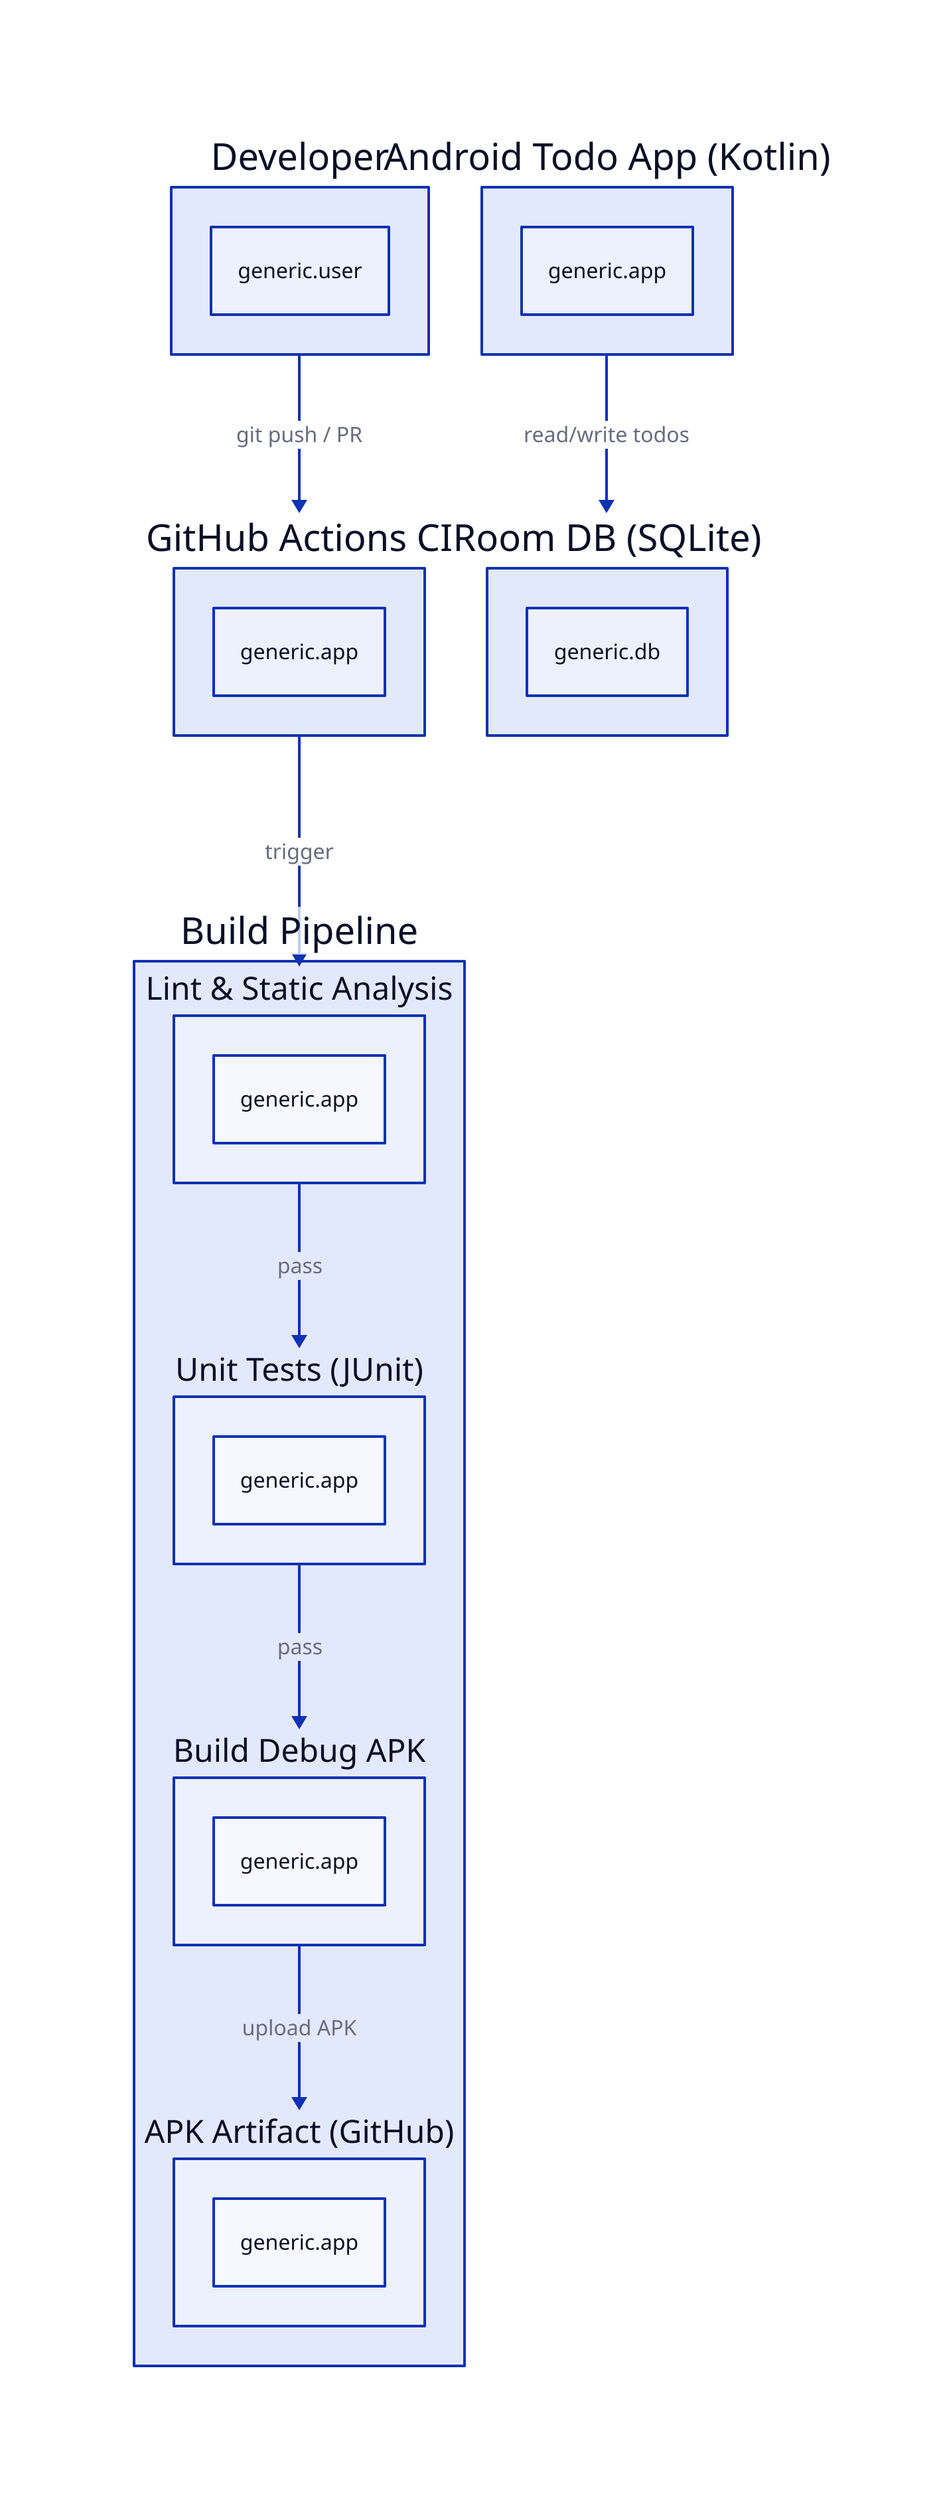
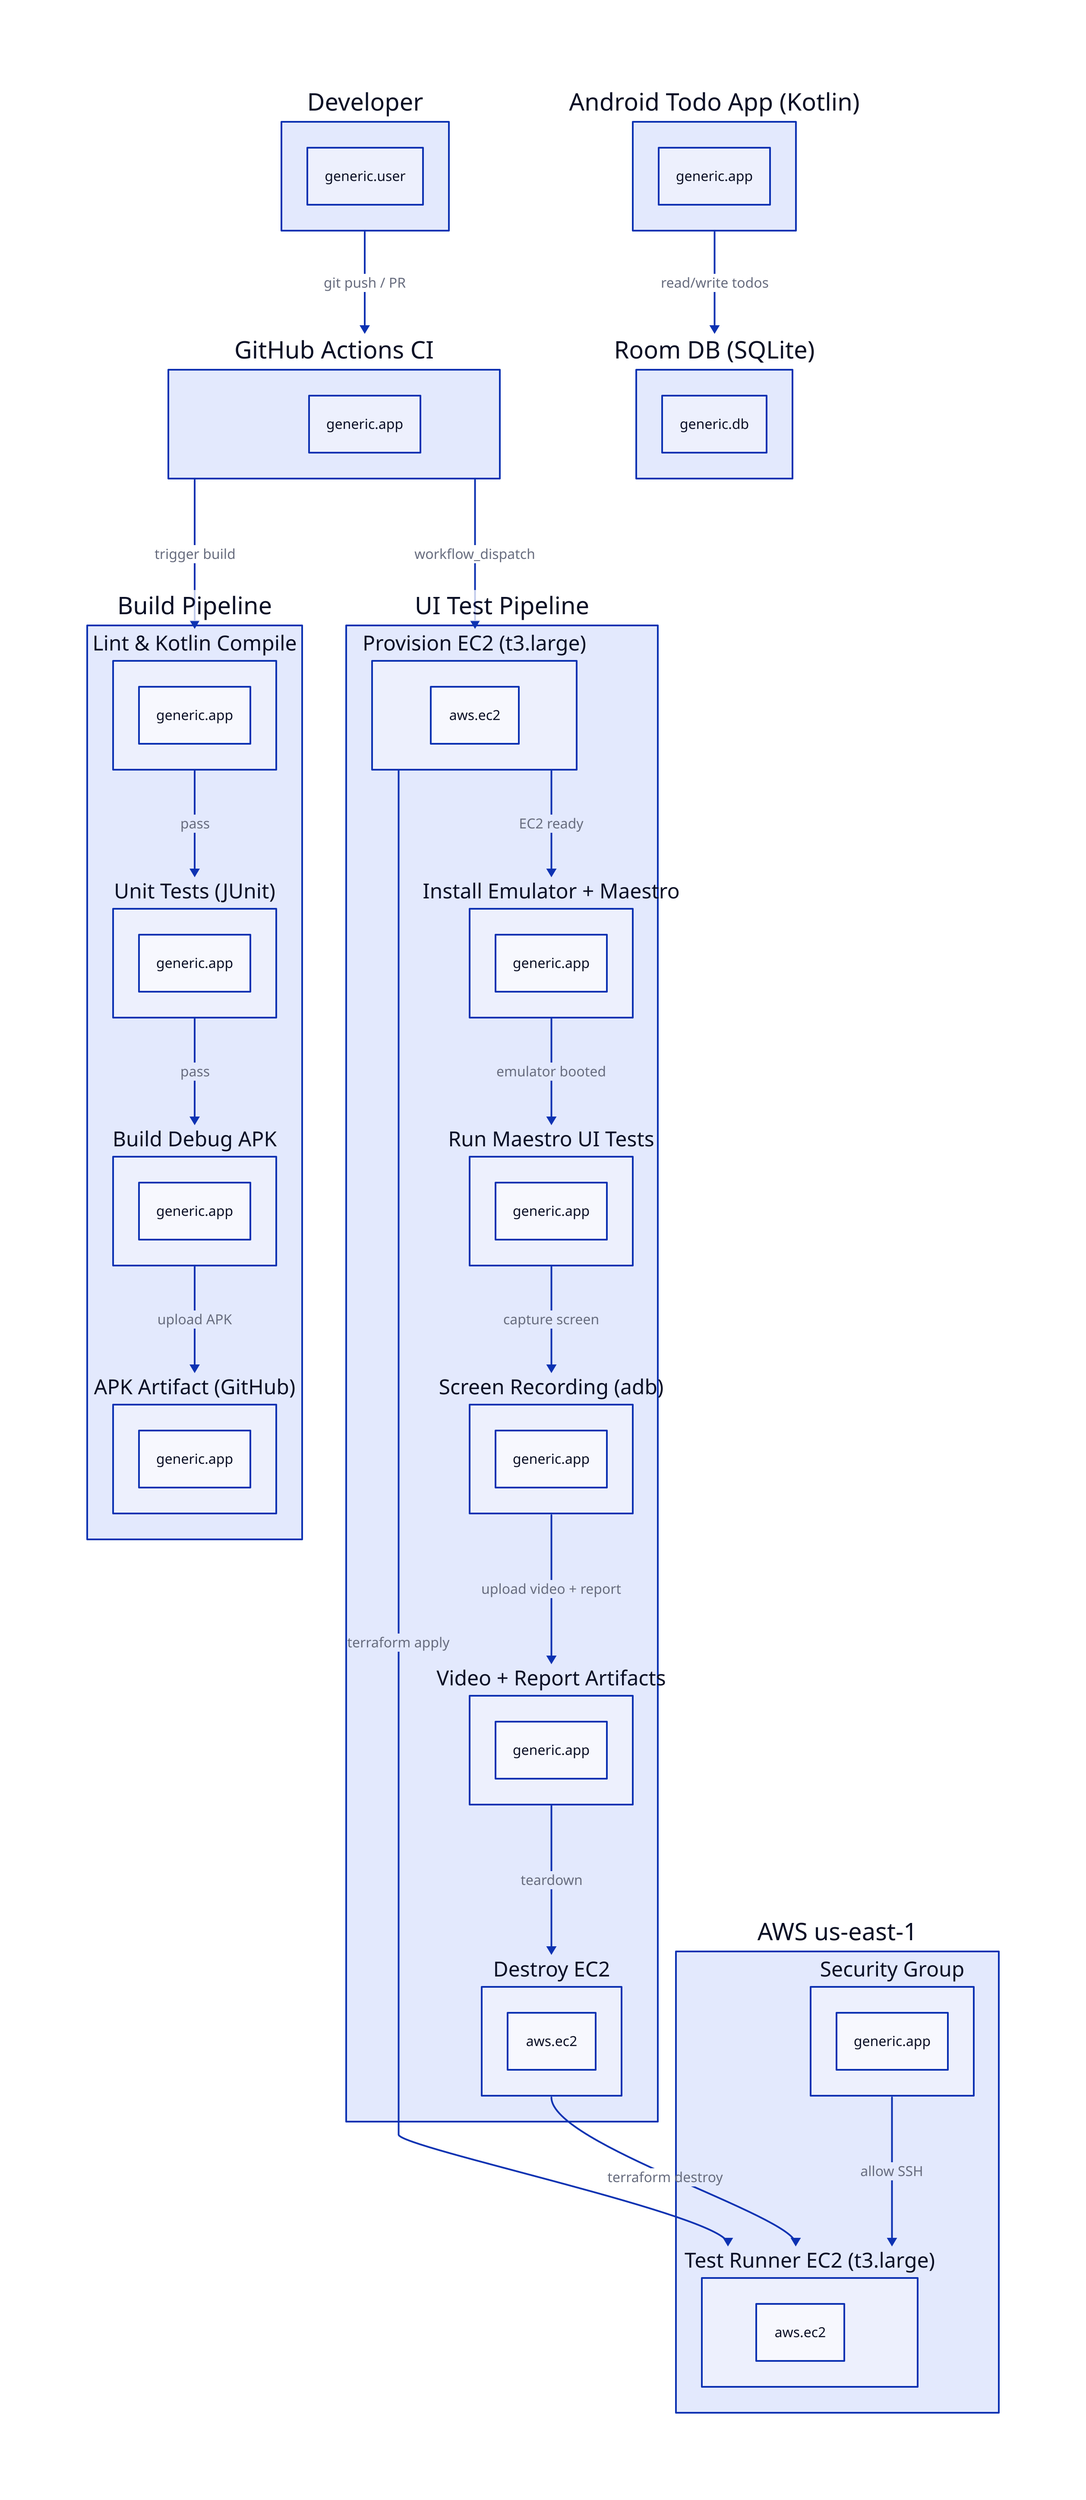
# udap:meta cloud=aws region=us-east-1 target=ec2

developer: Developer { shape: rectangle; udap-type: generic.user }
cicd: GitHub Actions CI { shape: rectangle; udap-type: generic.app }
pipeline: Build Pipeline {
-   lint: Lint & Static Analysis { shape: rectangle; udap-type: generic.app }
+   lint: Lint & Kotlin Compile { shape: rectangle; udap-type: generic.app }
  test: Unit Tests (JUnit) { shape: rectangle; udap-type: generic.app }
  build: Build Debug APK { shape: rectangle; udap-type: generic.app }
  artifact: APK Artifact (GitHub) { shape: rectangle; udap-type: generic.app }
+ }
+ uitest: UI Test Pipeline {
+   provision_ec2: Provision EC2 (t3.large) { shape: rectangle; udap-type: aws.ec2 }
+   setup: Install Emulator + Maestro { shape: rectangle; udap-type: generic.app }
+   run_tests: Run Maestro UI Tests { shape: rectangle; udap-type: generic.app }
+   record: Screen Recording (adb) { shape: rectangle; udap-type: generic.app }
+   artifacts: Video + Report Artifacts { shape: rectangle; udap-type: generic.app }
+   destroy_ec2: Destroy EC2 { shape: rectangle; udap-type: aws.ec2 }
+ }
+ aws: AWS us-east-1 {
+   ec2: Test Runner EC2 (t3.large) { shape: rectangle; udap-type: aws.ec2 }
+   sg: Security Group { shape: rectangle; udap-type: generic.app }
}
app: Android Todo App (Kotlin) { shape: rectangle; udap-type: generic.app }
db: Room DB (SQLite) { shape: rectangle; udap-type: generic.db }

developer -> cicd: git push / PR
- cicd -> pipeline.lint: trigger
+ cicd -> pipeline.lint: trigger build
pipeline.lint -> pipeline.test: pass
pipeline.test -> pipeline.build: pass
pipeline.build -> pipeline.artifact: upload APK
+ cicd -> uitest.provision_ec2: workflow_dispatch
+ uitest.provision_ec2 -> aws.ec2: terraform apply
+ aws.sg -> aws.ec2: allow SSH
+ uitest.provision_ec2 -> uitest.setup: EC2 ready
+ uitest.setup -> uitest.run_tests: emulator booted
+ uitest.run_tests -> uitest.record: capture screen
+ uitest.record -> uitest.artifacts: upload video + report
+ uitest.artifacts -> uitest.destroy_ec2: teardown
+ uitest.destroy_ec2 -> aws.ec2: terraform destroy
app -> db: read/write todos
